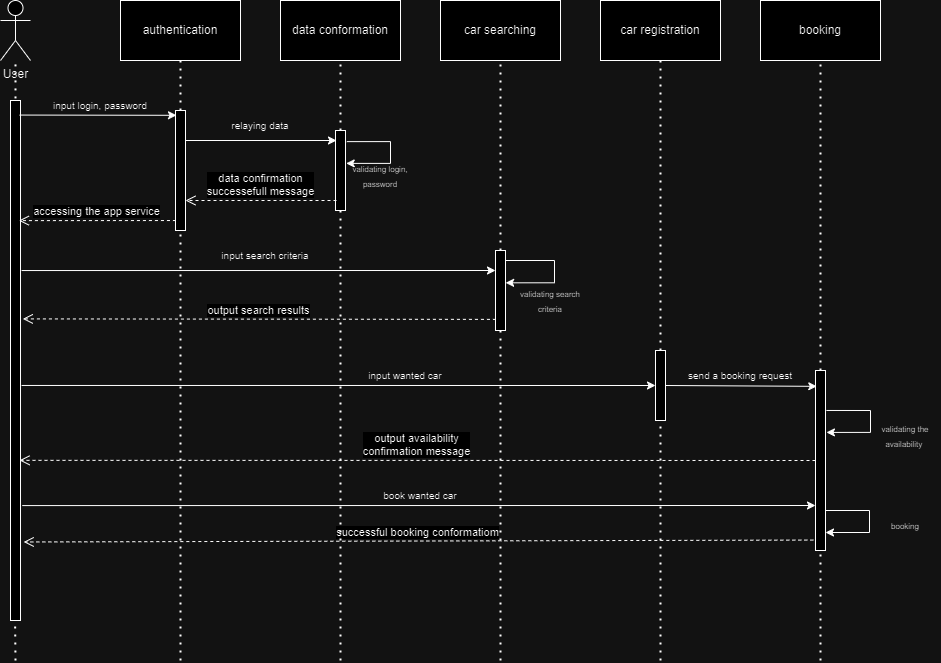
AbdullinaLR/UML keeps this draw.io diagram as диаграмма взаимодейтвия.drawio.png. Above is the earlier version. Source tidied: cells renumbered, new cells last; positions are measured from the earlier drawing's top-left corner, leaving out a move shared by most shapes.
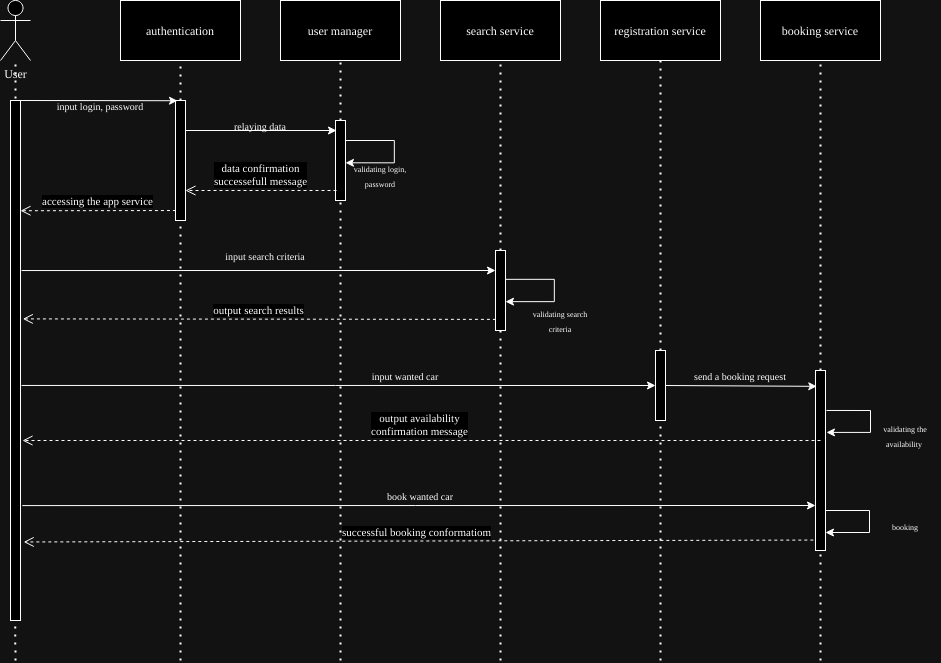
The same file after the commit.

What changed in the source:
```diff
@@ -8,40 +8,35 @@
     <mxCell id="3" value="authentication" style="rounded=0;whiteSpace=wrap;html=1;" parent="1" vertex="1">
       <mxGeometry x="120" width="120" height="60" as="geometry" />
     </mxCell>
-    <mxCell id="4" value="data conformation" style="rounded=0;whiteSpace=wrap;html=1;" parent="1" vertex="1">
+    <mxCell id="4" value="user manager" style="rounded=0;whiteSpace=wrap;html=1;" parent="1" vertex="1">
       <mxGeometry x="280" width="120" height="60" as="geometry" />
     </mxCell>
-    <mxCell id="5" value="car searching" style="rounded=0;whiteSpace=wrap;html=1;" parent="1" vertex="1">
+    <mxCell id="5" value="search service" style="rounded=0;whiteSpace=wrap;html=1;" parent="1" vertex="1">
       <mxGeometry x="440" width="120" height="60" as="geometry" />
     </mxCell>
-    <mxCell id="6" value="car registration" style="rounded=0;whiteSpace=wrap;html=1;" parent="1" vertex="1">
+    <mxCell id="6" value="registration service" style="rounded=0;whiteSpace=wrap;html=1;" parent="1" vertex="1">
       <mxGeometry x="600" width="120" height="60" as="geometry" />
     </mxCell>
-    <mxCell id="7" value="booking" style="rounded=0;whiteSpace=wrap;html=1;" parent="1" vertex="1">
+    <mxCell id="7" value="booking service" style="rounded=0;whiteSpace=wrap;html=1;" parent="1" vertex="1">
       <mxGeometry x="760" width="120" height="60" as="geometry" />
     </mxCell>
     <mxCell id="8" style="rounded=0;whiteSpace=wrap;html=1;" parent="1" vertex="1">
       <mxGeometry x="10" y="100" width="10" height="520" as="geometry" />
     </mxCell>
     <mxCell id="9" style="rounded=0;whiteSpace=wrap;html=1;" parent="1" vertex="1">
-      <mxGeometry x="175" y="110" width="10" height="120" as="geometry" />
+      <mxGeometry x="175" y="100" width="10" height="120" as="geometry" />
     </mxCell>
     <mxCell id="10" value="&lt;font style=&quot;font-size: 10px;&quot;&gt;input login, password&lt;/font&gt;" style="text;html=1;align=center;verticalAlign=middle;whiteSpace=wrap;rounded=0;" parent="1" vertex="1">
       <mxGeometry x="30" y="100" width="140" height="10" as="geometry" />
     </mxCell>
-    <mxCell id="11" style="edgeStyle=orthogonalEdgeStyle;rounded=0;orthogonalLoop=1;jettySize=auto;html=1;exitX=1.129;exitY=0.139;exitDx=0;exitDy=0;exitPerimeter=0;entryX=1.071;entryY=0.411;entryDx=0;entryDy=0;entryPerimeter=0;" parent="1" edge="1" source="12" target="12">
-      <mxGeometry relative="1" as="geometry">
-        <Array as="points">
-          <mxPoint x="390" y="141" />
-          <mxPoint x="390" y="163" />
-        </Array>
-      </mxGeometry>
-    </mxCell>
     <mxCell id="12" style="rounded=0;whiteSpace=wrap;html=1;" parent="1" vertex="1">
-      <mxGeometry x="335" y="130" width="10" height="80" as="geometry" />
+      <mxGeometry x="335" y="120" width="10" height="80" as="geometry" />
     </mxCell>
-    <mxCell id="13" style="endArrow=classic;html=1;rounded=0;exitX=0.903;exitY=0.028;exitDx=0;exitDy=0;exitPerimeter=0;entryX=0.1;entryY=0.04;entryDx=0;entryDy=0;entryPerimeter=0;" parent="1" edge="1" source="8" target="9">
-      <mxGeometry relative="1" as="geometry" />
+    <mxCell id="13" style="endArrow=classic;html=1;rounded=0;exitX=0.903;exitY=0.028;exitDx=0;exitDy=0;exitPerimeter=0;entryX=0.1;entryY=0.04;entryDx=0;entryDy=0;entryPerimeter=0;" parent="1" edge="1">
+      <mxGeometry relative="1" as="geometry">
+        <mxPoint x="20" y="100" as="sourcePoint" />
+        <mxPoint x="177" y="100.2" as="targetPoint" />
+      </mxGeometry>
     </mxCell>
     <mxCell id="14" style="endArrow=classic;html=1;rounded=0;entryX=0.1;entryY=0.125;entryDx=0;entryDy=0;entryPerimeter=0;exitX=1;exitY=0.25;exitDx=0;exitDy=0;" parent="1" edge="1" source="9" target="12">
       <mxGeometry relative="1" as="geometry" />
@@ -55,7 +50,7 @@
     <mxCell id="17" style="endArrow=none;dashed=1;html=1;dashPattern=1 3;strokeWidth=2;rounded=0;entryX=0.5;entryY=1;entryDx=0;entryDy=0;exitX=0.5;exitY=0;exitDx=0;exitDy=0;" parent="1" edge="1" source="12" target="4">
       <mxGeometry relative="1" as="geometry" />
     </mxCell>
-    <mxCell id="18" value="accessing the app service" style="html=1;verticalAlign=bottom;endArrow=open;dashed=1;endSize=8;curved=0;rounded=0;exitX=0.043;exitY=0.917;exitDx=0;exitDy=0;exitPerimeter=0;entryX=0.834;entryY=0.231;entryDx=0;entryDy=0;entryPerimeter=0;" parent="1" edge="1" source="9" target="8">
+    <mxCell id="18" value="accessing the app service" style="html=1;verticalAlign=bottom;endArrow=open;dashed=1;endSize=8;curved=0;rounded=0;exitX=0.043;exitY=0.917;exitDx=0;exitDy=0;exitPerimeter=0;entryX=1;entryY=0.212;entryDx=0;entryDy=0;entryPerimeter=0;" parent="1" edge="1" source="9" target="8">
       <mxGeometry relative="1" as="geometry" />
     </mxCell>
     <mxCell id="19" value="data confirmation &lt;br&gt;successefull message" style="html=1;verticalAlign=bottom;endArrow=open;dashed=1;endSize=8;curved=0;rounded=0;exitX=0.1;exitY=0.875;exitDx=0;exitDy=0;exitPerimeter=0;entryX=1;entryY=0.75;entryDx=0;entryDy=0;" parent="1" edge="1" source="12" target="9">
@@ -81,16 +76,18 @@
     <mxCell id="25" value="&lt;font style=&quot;font-size: 10px;&quot;&gt;input wanted car&lt;/font&gt;" style="text;html=1;align=center;verticalAlign=middle;whiteSpace=wrap;rounded=0;" parent="1" vertex="1">
       <mxGeometry x="335" y="370" width="140" height="10" as="geometry" />
     </mxCell>
-    <mxCell id="26" style="edgeStyle=orthogonalEdgeStyle;rounded=0;orthogonalLoop=1;jettySize=auto;html=1;entryX=1.014;entryY=0.404;entryDx=0;entryDy=0;entryPerimeter=0;exitX=1.014;exitY=0.125;exitDx=0;exitDy=0;exitPerimeter=0;" parent="1" edge="1" source="21" target="21">
+    <mxCell id="26" style="edgeStyle=orthogonalEdgeStyle;rounded=0;orthogonalLoop=1;jettySize=auto;html=1;entryX=1.014;entryY=0.404;entryDx=0;entryDy=0;entryPerimeter=0;exitX=1.014;exitY=0.125;exitDx=0;exitDy=0;exitPerimeter=0;" parent="1" edge="1">
       <mxGeometry relative="1" as="geometry">
+        <mxPoint x="505" y="278.8" as="sourcePoint" />
+        <mxPoint x="505" y="301.2" as="targetPoint" />
         <Array as="points">
-          <mxPoint x="554" y="260" />
-          <mxPoint x="554" y="282" />
+          <mxPoint x="553.9" y="278.8" />
+          <mxPoint x="553.9" y="300.8" />
         </Array>
       </mxGeometry>
     </mxCell>
     <mxCell id="27" value="&lt;font style=&quot;&quot;&gt;&lt;font style=&quot;font-size: 8px;&quot;&gt;validating&amp;nbsp;search criteria&lt;/font&gt;&lt;br&gt;&lt;/font&gt;" style="text;html=1;align=center;verticalAlign=middle;whiteSpace=wrap;rounded=0;" parent="1" vertex="1">
-      <mxGeometry x="520" y="290" width="60" height="20" as="geometry" />
+      <mxGeometry x="530" y="310" width="60" height="20" as="geometry" />
     </mxCell>
     <mxCell id="28" value="output search results" style="html=1;verticalAlign=bottom;endArrow=open;dashed=1;endSize=8;curved=0;rounded=0;exitX=0.043;exitY=0.861;exitDx=0;exitDy=0;exitPerimeter=0;entryX=1.229;entryY=0.42;entryDx=0;entryDy=0;entryPerimeter=0;" parent="1" edge="1" source="21" target="8">
       <mxGeometry relative="1" as="geometry" />
@@ -130,8 +127,10 @@
     <mxCell id="38" value="&lt;font style=&quot;&quot;&gt;&lt;font style=&quot;font-size: 8px;&quot;&gt;validating&amp;nbsp;the availability&amp;nbsp;&lt;/font&gt;&lt;br&gt;&lt;/font&gt;" style="text;html=1;align=center;verticalAlign=middle;whiteSpace=wrap;rounded=0;" parent="1" vertex="1">
       <mxGeometry x="870" y="420" width="70" height="30" as="geometry" />
     </mxCell>
-    <mxCell id="39" value="output availability&lt;br&gt;confirmation message" style="html=1;verticalAlign=bottom;endArrow=open;dashed=1;endSize=8;curved=0;rounded=0;exitX=0;exitY=0.5;exitDx=0;exitDy=0;entryX=0.903;entryY=0.692;entryDx=0;entryDy=0;entryPerimeter=0;" parent="1" edge="1" source="30" target="8">
-      <mxGeometry relative="1" as="geometry" />
+    <mxCell id="39" value="output availability&lt;br&gt;confirmation message" style="html=1;verticalAlign=bottom;endArrow=open;dashed=1;endSize=8;curved=0;rounded=0;entryX=0.903;entryY=0.692;entryDx=0;entryDy=0;entryPerimeter=0;exitX=0.5;exitY=0.389;exitDx=0;exitDy=0;exitPerimeter=0;" parent="1" edge="1" source="30">
+      <mxGeometry relative="1" as="geometry">
+        <mxPoint x="22" y="440" as="targetPoint" />
+      </mxGeometry>
     </mxCell>
     <mxCell id="40" style="endArrow=classic;html=1;rounded=0;entryX=0;entryY=0.75;entryDx=0;entryDy=0;exitX=1.179;exitY=0.779;exitDx=0;exitDy=0;exitPerimeter=0;" parent="1" edge="1" source="8" target="30">
       <mxGeometry relative="1" as="geometry" />
@@ -186,5 +185,15 @@
         <mxPoint x="820" y="660" as="sourcePoint" />
       </mxGeometry>
     </mxCell>
+    <mxCell id="51" style="edgeStyle=orthogonalEdgeStyle;rounded=0;orthogonalLoop=1;jettySize=auto;html=1;entryX=1.014;entryY=0.404;entryDx=0;entryDy=0;entryPerimeter=0;exitX=1.014;exitY=0.125;exitDx=0;exitDy=0;exitPerimeter=0;" parent="1" edge="1">
+      <mxGeometry relative="1" as="geometry">
+        <mxPoint x="345" y="140" as="sourcePoint" />
+        <mxPoint x="345" y="162.3" as="targetPoint" />
+        <Array as="points">
+          <mxPoint x="393.9" y="140" />
+          <mxPoint x="393.9" y="162" />
+        </Array>
+      </mxGeometry>
+    </mxCell>
   </root>
 </mxGraphModel>
```
